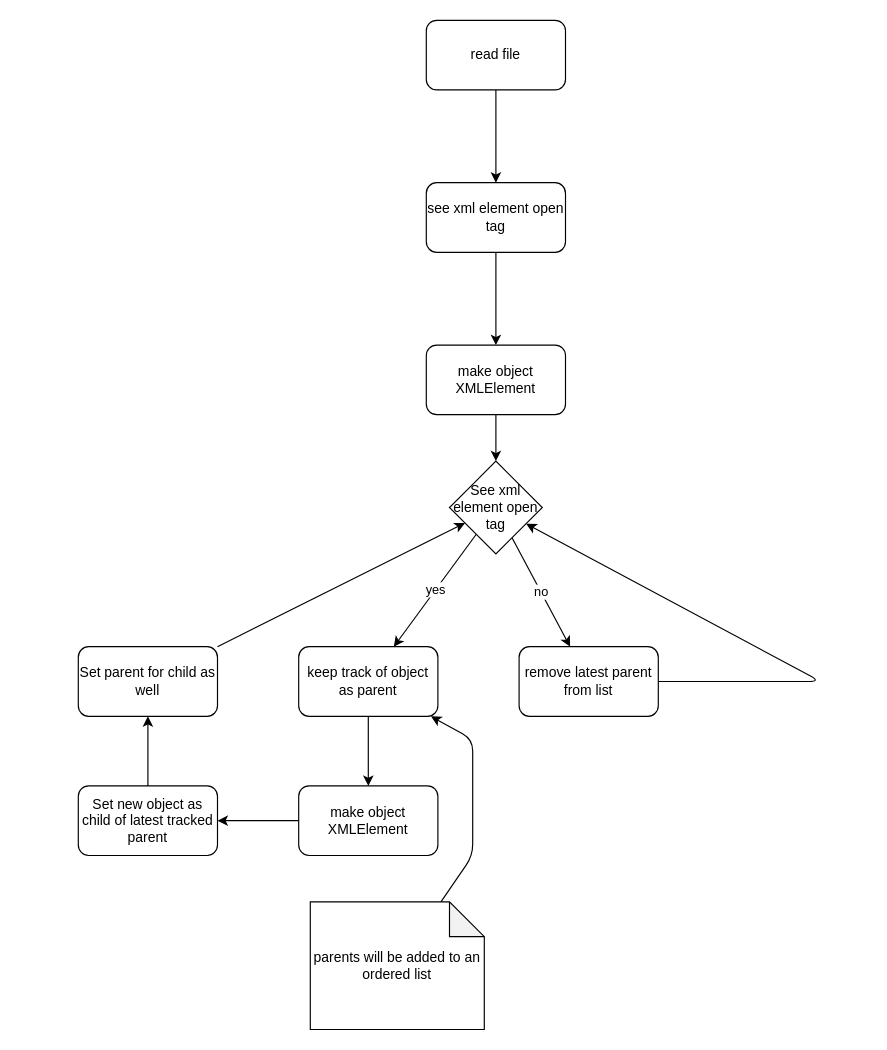
Above: flow.drawio in peiwand1/XML_Parser (draw.io), before the change. Source tidied: cells renumbered, new cells numbered last; positions are measured from the earlier drawing's top-left corner, leaving out a move shared by most shapes. Both pictures are drawn from the tidied source at 116%, with x=0, y=0 at pixel (78, 20).
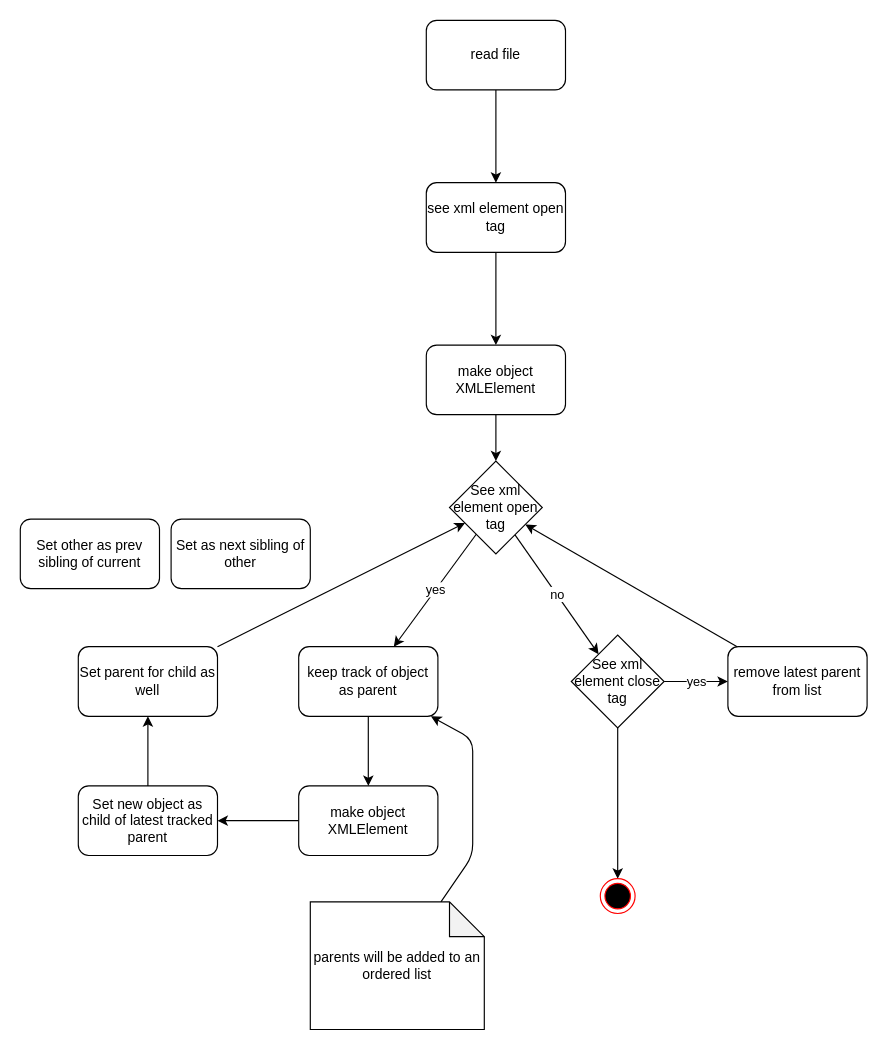
The same page after the edit.

The change refers to these unchanged cells:
```xml
<mxCell id="11" value="See xml element open tag" style="rhombus;whiteSpace=wrap;html=1;rounded=1;arcSize=0;" parent="1" vertex="1">
  <mxGeometry x="320" y="380" width="80" height="80" as="geometry" />
</mxCell>
<mxCell id="22" value="keep track of object as parent" style="whiteSpace=wrap;html=1;rounded=1;" parent="1" vertex="1">
  <mxGeometry x="190" y="540" width="120" height="60" as="geometry" />
</mxCell>
```

Diff of the diagram source:
```diff
@@
+    <mxCell id="10" value="yes" style="edgeStyle=none;html=1;" parent="1" edge="1" source="11" target="22">
+      <mxGeometry relative="1" as="geometry" />
+    </mxCell>
-    <mxCell id="9" value="no" style="edgeStyle=none;html=1;" parent="1" edge="1" source="11" target="13">
+    <mxCell id="9" value="no" style="edgeStyle=none;html=1;" parent="1" edge="1" source="11" target="27">
       <mxGeometry relative="1" as="geometry" />
     </mxCell>
-    <mxCell id="10" value="yes" style="edgeStyle=none;html=1;" parent="1" edge="1" source="11" target="22">
-      <mxGeometry relative="1" as="geometry" />
-    </mxCell>
@@
     <mxCell id="12" style="edgeStyle=none;html=1;" parent="1" edge="1" source="13" target="11">
-      <mxGeometry relative="1" as="geometry">
-        <Array as="points">
-          <mxPoint x="640" y="570" />
-        </Array>
-      </mxGeometry>
+      <mxGeometry relative="1" as="geometry" />
     </mxCell>
     <mxCell id="13" value="remove latest parent from list" style="whiteSpace=wrap;html=1;rounded=1;" parent="1" vertex="1">
-      <mxGeometry x="380" y="540" width="120" height="60" as="geometry" />
+      <mxGeometry x="560" y="540" width="120" height="60" as="geometry" />
     </mxCell>
@@
+    <mxCell id="23" value="Set as next sibling of other" style="whiteSpace=wrap;html=1;rounded=1;" parent="1" vertex="1">
+      <mxGeometry x="80" y="430" width="120" height="60" as="geometry" />
+    </mxCell>
+    <mxCell id="24" value="Set other as prev sibling of current" style="whiteSpace=wrap;html=1;rounded=1;" parent="1" vertex="1">
+      <mxGeometry x="-50" y="430" width="120" height="60" as="geometry" />
+    </mxCell>
+    <mxCell id="25" value="yes" style="edgeStyle=none;html=1;" parent="1" edge="1" source="27" target="13">
+      <mxGeometry relative="1" as="geometry" />
+    </mxCell>
+    <mxCell id="26" style="edgeStyle=none;html=1;" parent="1" edge="1" source="27" target="28">
+      <mxGeometry relative="1" as="geometry" />
+    </mxCell>
+    <mxCell id="27" value="See xml element close tag" style="rhombus;whiteSpace=wrap;html=1;rounded=1;arcSize=0;" parent="1" vertex="1">
+      <mxGeometry x="425" y="530" width="80" height="80" as="geometry" />
+    </mxCell>
+    <mxCell id="28" style="ellipse;html=1;shape=endState;fillColor=#000000;strokeColor=#ff0000;" parent="1" vertex="1">
+      <mxGeometry x="450" y="740" width="30" height="30" as="geometry" />
+    </mxCell>
```
